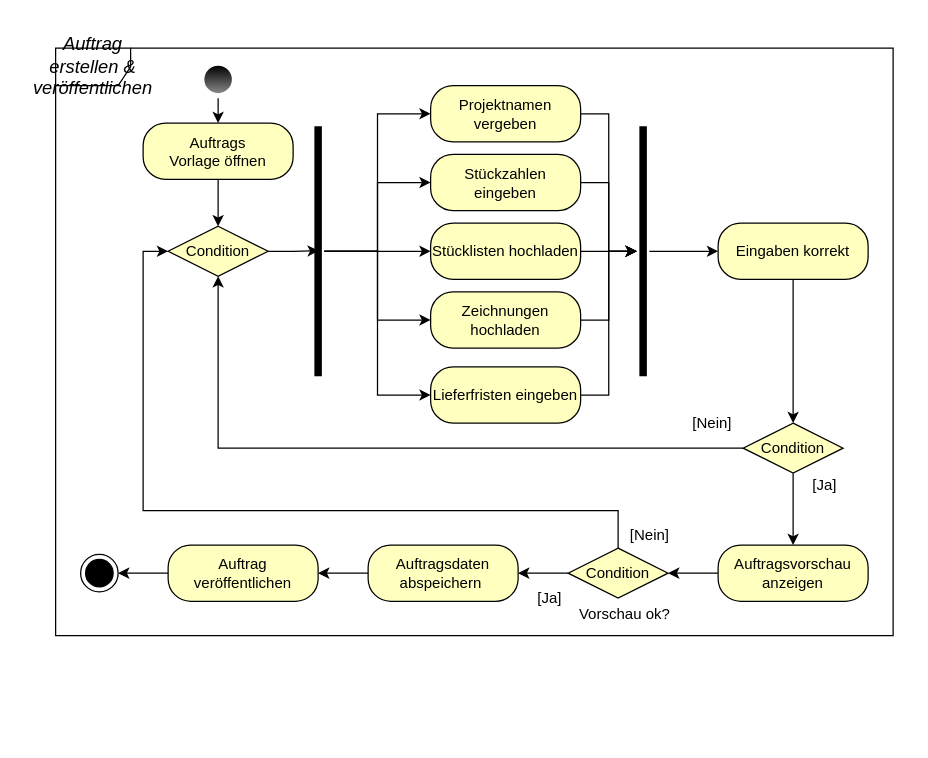
Andy61994/SE-Project keeps this draw.io diagram as 3_Aktivitaetsdiagramme/Auftrag_erstellen.drawio. Above is the earlier version. Source tidied: cells renumbered, new cells numbered last; positions are measured from the earlier drawing's top-left corner, leaving out a move shared by most shapes. Both pictures are drawn from the tidied source at 125%, with x=0, y=0 at pixel (55, 48).
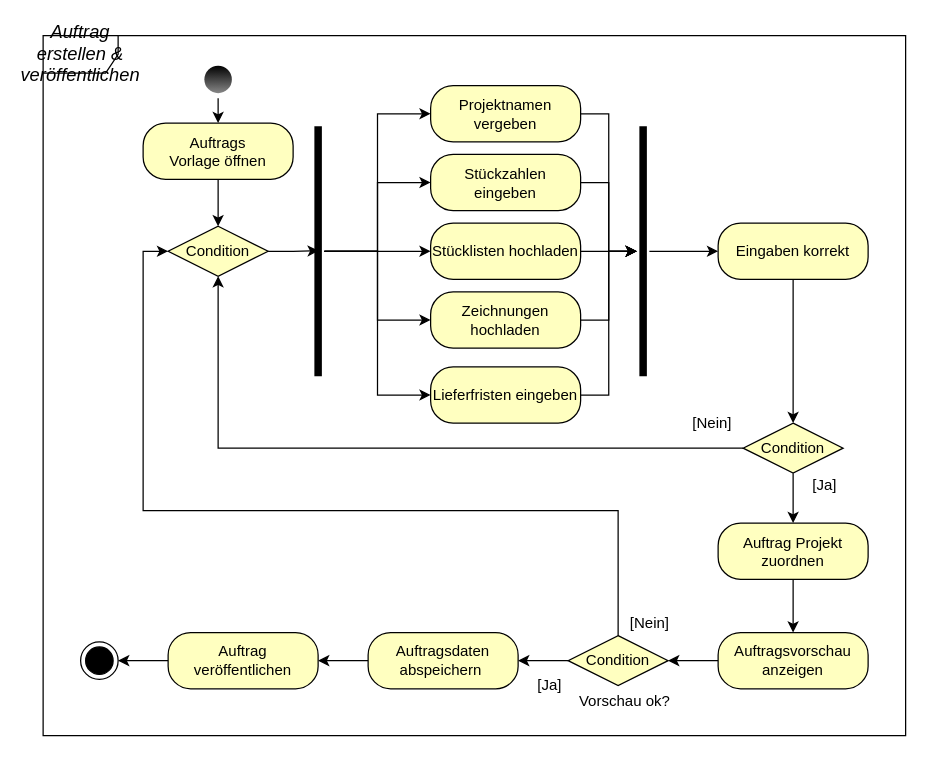
The same diagram, later.

The change refers to these unchanged cells:
```xml
<mxCell id="34" value="Condition" style="rhombus;whiteSpace=wrap;html=1;fillColor=#ffffc0;" parent="1" vertex="1">
  <mxGeometry x="550" y="300" width="80" height="40" as="geometry" />
</mxCell>
```

What changed in the source:
```diff
@@
     <mxCell id="2" value="&lt;i&gt;&lt;span style=&quot;font-size: 11.0pt ; font-family: &amp;#34;calibri&amp;#34; , sans-serif&quot;&gt;Auftrag erstellen &amp;amp; veröffentlichen&lt;/span&gt;&lt;/i&gt;" style="shape=umlFrame;whiteSpace=wrap;html=1;" parent="1" vertex="1">
-      <mxGeometry width="670" height="470" as="geometry" />
+      <mxGeometry x="-10" y="-10" width="690" height="560" as="geometry" />
     </mxCell>
     <mxCell id="3" style="ellipse;html=1;shape=endState;fillColor=#000000;" parent="1" vertex="1">
-      <mxGeometry x="20" y="405" width="30" height="30" as="geometry" />
+      <mxGeometry x="20" y="475" width="30" height="30" as="geometry" />
     </mxCell>
@@
-    <mxCell id="33" style="edgeStyle=orthogonalEdgeStyle;rounded=0;jettySize=auto;html=1;exitX=0.5;exitY=1;exitDx=0;exitDy=0;entryX=0.5;entryY=0;entryDx=0;entryDy=0;startArrow=none;startFill=0;endArrow=classic;endFill=1;strokeColor=#000000;" parent="1" edge="1" source="34" target="40">
-      <mxGeometry relative="1" as="geometry" />
-    </mxCell>
+    <mxCell id="47" style="edgeStyle=orthogonalEdgeStyle;rounded=0;jettySize=auto;html=1;exitX=0.5;exitY=1;exitDx=0;exitDy=0;entryX=0.5;entryY=0;entryDx=0;entryDy=0;" parent="1" edge="1" source="34" target="49">
+      <mxGeometry relative="1" as="geometry" />
+    </mxCell>
@@
     <mxCell id="36" value="Auftragsdaten&lt;br&gt;abspeichern&amp;nbsp;" style="rounded=1;whiteSpace=wrap;html=1;arcSize=40;fontColor=#000000;fillColor=#ffffc0;" parent="1" vertex="1">
-      <mxGeometry x="250" y="397.5" width="120" height="45" as="geometry" />
+      <mxGeometry x="250" y="467.5" width="120" height="45" as="geometry" />
     </mxCell>
@@
     <mxCell id="38" value="Auftrag&lt;br&gt;veröffentlichen" style="rounded=1;whiteSpace=wrap;html=1;arcSize=40;fontColor=#000000;fillColor=#ffffc0;" parent="1" vertex="1">
-      <mxGeometry x="90" y="397.5" width="120" height="45" as="geometry" />
+      <mxGeometry x="90" y="467.5" width="120" height="45" as="geometry" />
     </mxCell>
@@
     <mxCell id="40" value="Auftragsvorschau&lt;br&gt;anzeigen" style="rounded=1;whiteSpace=wrap;html=1;arcSize=40;fontColor=#000000;fillColor=#ffffc0;" parent="1" vertex="1">
-      <mxGeometry x="530" y="397.5" width="120" height="45" as="geometry" />
+      <mxGeometry x="530" y="467.5" width="120" height="45" as="geometry" />
     </mxCell>
@@
     <mxCell id="43" value="Condition" style="rhombus;whiteSpace=wrap;html=1;fillColor=#ffffc0;" parent="1" vertex="1">
-      <mxGeometry x="410" y="400" width="80" height="40" as="geometry" />
+      <mxGeometry x="410" y="470" width="80" height="40" as="geometry" />
     </mxCell>
     <mxCell id="44" value="[Nein]" style="text;html=1;align=center;verticalAlign=middle;" parent="1" vertex="1">
-      <mxGeometry x="450" y="380" width="50" height="20" as="geometry" />
+      <mxGeometry x="450" y="450" width="50" height="20" as="geometry" />
     </mxCell>
     <mxCell id="45" value="[Ja]" style="text;html=1;align=center;verticalAlign=middle;" parent="1" vertex="1">
-      <mxGeometry x="380" y="430" width="30" height="20" as="geometry" />
+      <mxGeometry x="380" y="500" width="30" height="20" as="geometry" />
     </mxCell>
     <mxCell id="46" value="Vorschau ok?" style="text;html=1;align=center;verticalAlign=middle;" parent="1" vertex="1">
-      <mxGeometry x="410" y="442.5" width="90" height="20" as="geometry" />
+      <mxGeometry x="410" y="512.5" width="90" height="20" as="geometry" />
     </mxCell>
+    <mxCell id="48" style="edgeStyle=orthogonalEdgeStyle;rounded=0;jettySize=auto;html=1;exitX=0.5;exitY=1;exitDx=0;exitDy=0;" parent="1" edge="1" source="49" target="40">
+      <mxGeometry relative="1" as="geometry" />
+    </mxCell>
+    <mxCell id="49" value="Auftrag Projekt&lt;br&gt;zuordnen" style="rounded=1;whiteSpace=wrap;html=1;arcSize=40;fontColor=#000000;fillColor=#ffffc0;" parent="1" vertex="1">
+      <mxGeometry x="530" y="380" width="120" height="45" as="geometry" />
+    </mxCell>
```
